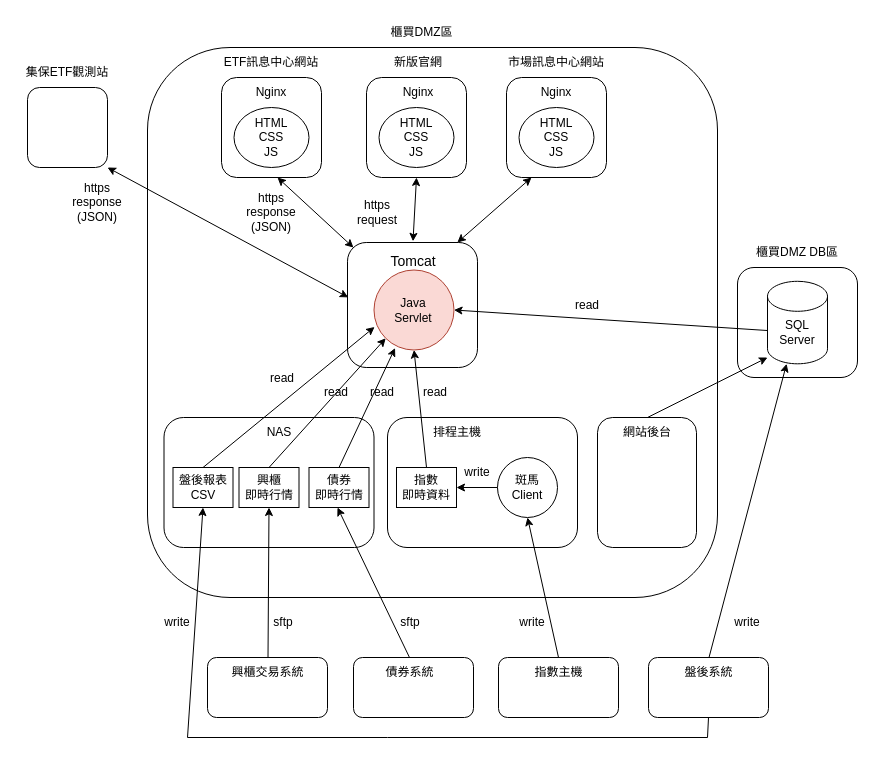
This is page "第 1 页" (1 of 4) of 期末報告/網站架構.drawio from shih33/java_atguigu, a draw.io file, before an edit. Source tidied: cells renumbered, new cells numbered last; positions are measured from the earlier drawing's top-left corner, leaving out a move shared by most shapes. Both pictures are drawn from the tidied source at 100%, with x=0, y=0 at pixel (17, 17).
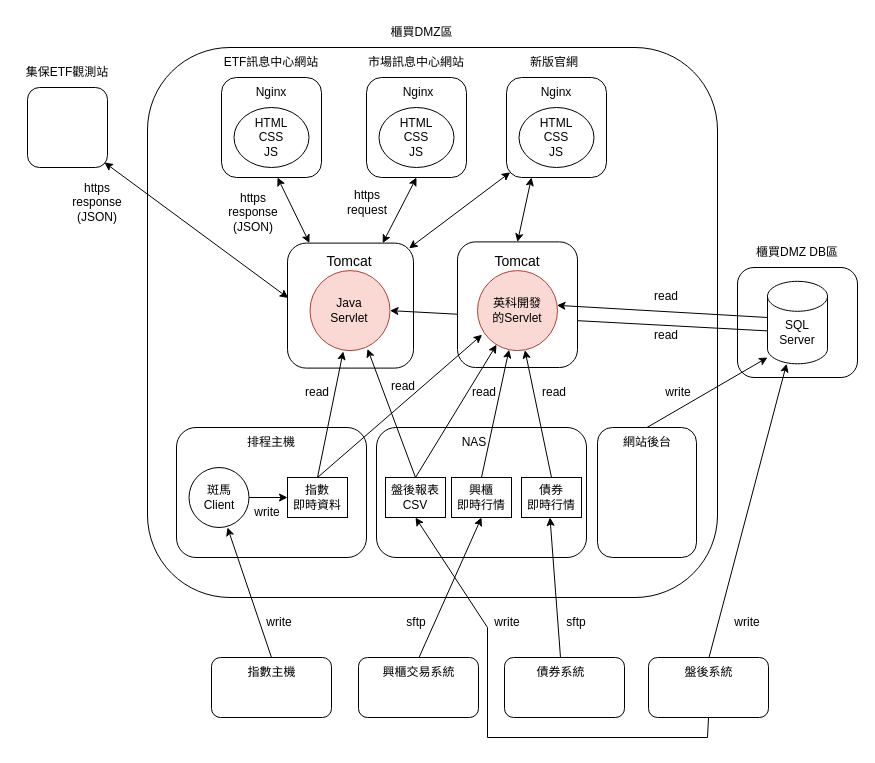
The same page after the edit.

Unchanged cells that the change refers to:
```xml
<mxCell id="5" style="rounded=1;whiteSpace=wrap;html=1;" parent="1" vertex="1">
  <mxGeometry x="349" y="60" width="100" height="100" as="geometry" />
</mxCell>
<mxCell id="6" style="rounded=1;whiteSpace=wrap;html=1;" parent="1" vertex="1">
  <mxGeometry x="489" y="60" width="100" height="100" as="geometry" />
</mxCell>
<mxCell id="22" style="rounded=1;whiteSpace=wrap;html=1;" parent="1" vertex="1">
  <mxGeometry x="10" y="70" width="80" height="80" as="geometry" />
</mxCell>
<mxCell id="28" value="SQL&lt;div&gt;Server&lt;/div&gt;" style="text;html=1;align=center;verticalAlign=middle;whiteSpace=wrap;rounded=0;" parent="1" vertex="1">
  <mxGeometry x="750" y="300" width="60" height="30" as="geometry" />
</mxCell>
<mxCell id="48" style="rounded=1;whiteSpace=wrap;html=1;" parent="1" vertex="1">
  <mxGeometry x="631" y="640" width="120" height="60" as="geometry" />
</mxCell>
```

The edit, as a diff of the source:
```diff
@@
+    <mxCell id="45" style="rounded=1;whiteSpace=wrap;html=1;" parent="1" vertex="1">
+      <mxGeometry x="341" y="640" width="120" height="60" as="geometry" />
+    </mxCell>
@@
     <mxCell id="7" value="新版官網" style="text;html=1;align=center;verticalAlign=middle;whiteSpace=wrap;rounded=0;" parent="1" vertex="1">
-      <mxGeometry x="363" y="30" width="76" height="30" as="geometry" />
+      <mxGeometry x="499" y="30" width="76" height="30" as="geometry" />
     </mxCell>
     <mxCell id="8" value="市場訊息中心網站" style="text;html=1;align=center;verticalAlign=middle;whiteSpace=wrap;rounded=0;" parent="1" vertex="1">
-      <mxGeometry x="485" y="30" width="108" height="30" as="geometry" />
+      <mxGeometry x="345" y="30" width="108" height="30" as="geometry" />
     </mxCell>
@@
     <mxCell id="18" style="rounded=1;whiteSpace=wrap;html=1;" parent="1" vertex="1">
-      <mxGeometry x="330" y="225" width="130" height="125" as="geometry" />
+      <mxGeometry x="270" y="225.6" width="126" height="125" as="geometry" />
     </mxCell>
     <mxCell id="19" value="&lt;font style=&quot;font-size: 14px;&quot;&gt;Tomcat&lt;/font&gt;" style="text;html=1;align=center;verticalAlign=middle;whiteSpace=wrap;rounded=0;" parent="1" vertex="1">
-      <mxGeometry x="361.5" y="223.8" width="68" height="40" as="geometry" />
+      <mxGeometry x="297.5" y="224.4" width="68" height="40" as="geometry" />
     </mxCell>
     <mxCell id="20" style="ellipse;whiteSpace=wrap;html=1;fillColor=#fad9d5;strokeColor=#ae4132;" parent="1" vertex="1">
-      <mxGeometry x="356.5" y="252.5" width="80" height="80" as="geometry" />
+      <mxGeometry x="292.5" y="253.1" width="80" height="80" as="geometry" />
     </mxCell>
     <mxCell id="21" value="Java&lt;div&gt;Servlet&lt;/div&gt;" style="text;html=1;align=center;verticalAlign=middle;whiteSpace=wrap;rounded=0;" parent="1" vertex="1">
-      <mxGeometry x="365.5" y="277.5" width="60" height="30" as="geometry" />
+      <mxGeometry x="301.5" y="278.1" width="60" height="30" as="geometry" />
     </mxCell>
@@
     <mxCell id="29" style="rounded=1;whiteSpace=wrap;html=1;" parent="1" vertex="1">
-      <mxGeometry x="146.5" y="400" width="210" height="130" as="geometry" />
+      <mxGeometry x="359" y="410" width="210" height="130" as="geometry" />
     </mxCell>
     <mxCell id="30" style="rounded=1;whiteSpace=wrap;html=1;" parent="1" vertex="1">
-      <mxGeometry x="370" y="400" width="190" height="130" as="geometry" />
+      <mxGeometry x="159" y="410" width="190" height="130" as="geometry" />
     </mxCell>
     <mxCell id="31" style="rounded=1;whiteSpace=wrap;html=1;" parent="1" vertex="1">
-      <mxGeometry x="580" y="400" width="99" height="130" as="geometry" />
+      <mxGeometry x="580" y="410" width="99" height="130" as="geometry" />
     </mxCell>
     <mxCell id="32" value="NAS" style="text;html=1;align=center;verticalAlign=middle;whiteSpace=wrap;rounded=0;" parent="1" vertex="1">
-      <mxGeometry x="231.5" y="400" width="60" height="30" as="geometry" />
+      <mxGeometry x="427" y="410" width="60" height="30" as="geometry" />
     </mxCell>
     <mxCell id="33" value="排程主機" style="text;html=1;align=center;verticalAlign=middle;whiteSpace=wrap;rounded=0;" parent="1" vertex="1">
-      <mxGeometry x="410" y="400" width="60" height="30" as="geometry" />
+      <mxGeometry x="224" y="410" width="60" height="30" as="geometry" />
     </mxCell>
     <mxCell id="34" value="網站後台" style="text;html=1;align=center;verticalAlign=middle;whiteSpace=wrap;rounded=0;" parent="1" vertex="1">
-      <mxGeometry x="600" y="400" width="60" height="30" as="geometry" />
+      <mxGeometry x="599.5" y="410" width="60" height="30" as="geometry" />
     </mxCell>
     <mxCell id="35" style="rounded=0;whiteSpace=wrap;html=1;" parent="1" vertex="1">
-      <mxGeometry x="155.5" y="450" width="60" height="40" as="geometry" />
+      <mxGeometry x="368" y="460" width="60" height="40" as="geometry" />
     </mxCell>
     <mxCell id="36" style="rounded=0;whiteSpace=wrap;html=1;" parent="1" vertex="1">
-      <mxGeometry x="221.5" y="450" width="60" height="40" as="geometry" />
+      <mxGeometry x="434" y="460" width="60" height="40" as="geometry" />
     </mxCell>
     <mxCell id="37" style="rounded=0;whiteSpace=wrap;html=1;" parent="1" vertex="1">
-      <mxGeometry x="291.5" y="450" width="60" height="40" as="geometry" />
+      <mxGeometry x="504" y="460" width="60" height="40" as="geometry" />
     </mxCell>
     <mxCell id="38" value="盤後報表&lt;div&gt;CSV&lt;/div&gt;" style="text;html=1;align=center;verticalAlign=middle;whiteSpace=wrap;rounded=0;" parent="1" vertex="1">
-      <mxGeometry x="155.5" y="455" width="60" height="30" as="geometry" />
+      <mxGeometry x="368" y="465" width="60" height="30" as="geometry" />
     </mxCell>
     <mxCell id="39" value="興櫃&lt;div&gt;即時行情&lt;/div&gt;" style="text;html=1;align=center;verticalAlign=middle;whiteSpace=wrap;rounded=0;" parent="1" vertex="1">
-      <mxGeometry x="221.5" y="455" width="60" height="30" as="geometry" />
+      <mxGeometry x="434" y="465" width="60" height="30" as="geometry" />
     </mxCell>
     <mxCell id="40" value="債券&lt;div&gt;即時行情&lt;/div&gt;" style="text;html=1;align=center;verticalAlign=middle;whiteSpace=wrap;rounded=0;" parent="1" vertex="1">
-      <mxGeometry x="291.5" y="455" width="60" height="30" as="geometry" />
+      <mxGeometry x="504" y="465" width="60" height="30" as="geometry" />
     </mxCell>
     <mxCell id="41" style="rounded=0;whiteSpace=wrap;html=1;" parent="1" vertex="1">
-      <mxGeometry x="379" y="450" width="60" height="40" as="geometry" />
+      <mxGeometry x="270" y="460" width="60" height="40" as="geometry" />
     </mxCell>
     <mxCell id="42" style="ellipse;whiteSpace=wrap;html=1;" parent="1" vertex="1">
-      <mxGeometry x="480" y="440" width="60" height="60" as="geometry" />
+      <mxGeometry x="171.5" y="450" width="60" height="60" as="geometry" />
     </mxCell>
     <mxCell id="43" value="指數&lt;div&gt;即時資料&lt;/div&gt;" style="text;html=1;align=center;verticalAlign=middle;whiteSpace=wrap;rounded=0;" parent="1" vertex="1">
-      <mxGeometry x="379" y="455" width="60" height="30" as="geometry" />
+      <mxGeometry x="270" y="465" width="60" height="30" as="geometry" />
     </mxCell>
     <mxCell id="44" value="斑馬&lt;div&gt;Client&lt;/div&gt;" style="text;html=1;align=center;verticalAlign=middle;whiteSpace=wrap;rounded=0;" parent="1" vertex="1">
-      <mxGeometry x="480" y="455" width="60" height="30" as="geometry" />
+      <mxGeometry x="171.5" y="465" width="60" height="30" as="geometry" />
     </mxCell>
-    <mxCell id="45" style="rounded=1;whiteSpace=wrap;html=1;" parent="1" vertex="1">
-      <mxGeometry x="190" y="640" width="120" height="60" as="geometry" />
-    </mxCell>
     <mxCell id="46" style="rounded=1;whiteSpace=wrap;html=1;" parent="1" vertex="1">
-      <mxGeometry x="336" y="640" width="120" height="60" as="geometry" />
+      <mxGeometry x="487" y="640" width="120" height="60" as="geometry" />
     </mxCell>
     <mxCell id="47" style="rounded=1;whiteSpace=wrap;html=1;" parent="1" vertex="1">
-      <mxGeometry x="481" y="640" width="120" height="60" as="geometry" />
+      <mxGeometry x="194" y="640" width="120" height="60" as="geometry" />
     </mxCell>
@@
+    <mxCell id="50" value="債券系統" style="text;html=1;align=center;verticalAlign=middle;whiteSpace=wrap;rounded=0;" parent="1" vertex="1">
+      <mxGeometry x="497.5" y="640" width="91" height="30" as="geometry" />
+    </mxCell>
     <mxCell id="49" value="興櫃交易系統" style="text;html=1;align=center;verticalAlign=middle;whiteSpace=wrap;rounded=0;" parent="1" vertex="1">
-      <mxGeometry x="205" y="640" width="91" height="30" as="geometry" />
+      <mxGeometry x="356" y="640" width="91" height="30" as="geometry" />
     </mxCell>
-    <mxCell id="50" value="債券系統" style="text;html=1;align=center;verticalAlign=middle;whiteSpace=wrap;rounded=0;" parent="1" vertex="1">
-      <mxGeometry x="346.5" y="640" width="91" height="30" as="geometry" />
-    </mxCell>
     <mxCell id="51" value="指數主機" style="text;html=1;align=center;verticalAlign=middle;whiteSpace=wrap;rounded=0;" parent="1" vertex="1">
-      <mxGeometry x="495.5" y="640" width="91" height="30" as="geometry" />
+      <mxGeometry x="208.5" y="640" width="91" height="30" as="geometry" />
     </mxCell>
@@
-    <mxCell id="53" style="endArrow=classic;startArrow=classic;html=1;rounded=0;exitX=0.5;exitY=0;exitDx=0;exitDy=0;entryX=0.5;entryY=1;entryDx=0;entryDy=0;" parent="1" edge="1" source="19" target="5">
+    <mxCell id="53" style="endArrow=classic;startArrow=classic;html=1;rounded=0;entryX=0.5;entryY=1;entryDx=0;entryDy=0;" parent="1" edge="1" source="18" target="5">
       <mxGeometry relative="1" as="geometry" />
     </mxCell>
-    <mxCell id="54" style="endArrow=classic;startArrow=classic;html=1;rounded=0;exitX=0.046;exitY=0.041;exitDx=0;exitDy=0;exitPerimeter=0;" parent="1" edge="1" source="18">
+    <mxCell id="54" style="endArrow=classic;startArrow=classic;html=1;rounded=0;exitX=0.174;exitY=-0.001;exitDx=0;exitDy=0;exitPerimeter=0;" parent="1" edge="1" source="18">
       <mxGeometry relative="1" as="geometry">
         <mxPoint x="260" y="160" as="targetPoint" />
       </mxGeometry>
     </mxCell>
-    <mxCell id="55" style="endArrow=classic;startArrow=classic;html=1;rounded=0;entryX=0.25;entryY=1;entryDx=0;entryDy=0;exitX=0.845;exitY=0;exitDx=0;exitDy=0;exitPerimeter=0;" parent="1" edge="1" source="18" target="6">
+    <mxCell id="55" style="endArrow=classic;startArrow=classic;html=1;rounded=0;entryX=0.25;entryY=1;entryDx=0;entryDy=0;exitX=0.5;exitY=0;exitDx=0;exitDy=0;" parent="1" edge="1" source="83" target="6">
       <mxGeometry relative="1" as="geometry" />
     </mxCell>
-    <mxCell id="56" style="endArrow=classic;startArrow=classic;html=1;rounded=0;entryX=0.006;entryY=0.439;entryDx=0;entryDy=0;entryPerimeter=0;exitX=1;exitY=1;exitDx=0;exitDy=0;" parent="1" edge="1" source="22" target="18">
+    <mxCell id="56" style="endArrow=classic;startArrow=classic;html=1;rounded=0;entryX=0.006;entryY=0.439;entryDx=0;entryDy=0;entryPerimeter=0;exitX=0.962;exitY=0.937;exitDx=0;exitDy=0;exitPerimeter=0;" parent="1" edge="1" source="22" target="18">
       <mxGeometry relative="1" as="geometry" />
     </mxCell>
-    <mxCell id="57" style="endArrow=classic;html=1;rounded=0;entryX=0.007;entryY=0.712;entryDx=0;entryDy=0;entryPerimeter=0;exitX=0.5;exitY=0;exitDx=0;exitDy=0;" parent="1" edge="1" source="35" target="20">
+    <mxCell id="57" style="endArrow=classic;html=1;rounded=0;entryX=0.719;entryY=0.978;entryDx=0;entryDy=0;entryPerimeter=0;exitX=0.5;exitY=0;exitDx=0;exitDy=0;" parent="1" edge="1" source="35" target="20">
       <mxGeometry relative="1" as="geometry" />
     </mxCell>
-    <mxCell id="58" style="endArrow=classic;html=1;rounded=0;exitX=0.5;exitY=0;exitDx=0;exitDy=0;entryX=0;entryY=1;entryDx=0;entryDy=0;" parent="1" edge="1" source="36" target="20">
-      <mxGeometry relative="1" as="geometry" />
-    </mxCell>
-    <mxCell id="59" style="endArrow=classic;html=1;rounded=0;exitX=0.5;exitY=0;exitDx=0;exitDy=0;entryX=0.263;entryY=0.976;entryDx=0;entryDy=0;entryPerimeter=0;" parent="1" edge="1" source="37" target="20">
-      <mxGeometry relative="1" as="geometry" />
-    </mxCell>
-    <mxCell id="60" style="endArrow=classic;html=1;rounded=0;exitX=0.5;exitY=0;exitDx=0;exitDy=0;entryX=0.5;entryY=1;entryDx=0;entryDy=0;" parent="1" edge="1" source="41" target="20">
+    <mxCell id="60" style="endArrow=classic;html=1;rounded=0;exitX=0.5;exitY=0;exitDx=0;exitDy=0;entryX=0.415;entryY=1.01;entryDx=0;entryDy=0;entryPerimeter=0;" parent="1" edge="1" source="41" target="20">
       <mxGeometry relative="1" as="geometry" />
     </mxCell>
@@
-    <mxCell id="63" style="endArrow=classic;html=1;rounded=0;entryX=1;entryY=0.5;entryDx=0;entryDy=0;" parent="1" edge="1" source="44" target="43">
+    <mxCell id="63" style="endArrow=classic;html=1;rounded=0;entryX=0;entryY=0.5;entryDx=0;entryDy=0;" parent="1" edge="1" source="44" target="43">
       <mxGeometry relative="1" as="geometry" />
     </mxCell>
@@
-    <mxCell id="66" style="endArrow=classic;html=1;rounded=0;exitX=0.5;exitY=0;exitDx=0;exitDy=0;entryX=0.5;entryY=1;entryDx=0;entryDy=0;" parent="1" edge="1" source="51" target="42">
-      <mxGeometry relative="1" as="geometry" />
+    <mxCell id="66" style="endArrow=classic;html=1;rounded=0;exitX=0.5;exitY=0;exitDx=0;exitDy=0;" parent="1" edge="1" source="51">
+      <mxGeometry relative="1" as="geometry">
+        <mxPoint x="210" y="510" as="targetPoint" />
+      </mxGeometry>
     </mxCell>
@@
     <mxCell id="68" style="endArrow=classic;html=1;rounded=0;exitX=0.5;exitY=1;exitDx=0;exitDy=0;entryX=0.5;entryY=1;entryDx=0;entryDy=0;" parent="1" edge="1" source="48" target="35">
       <mxGeometry relative="1" as="geometry">
         <Array as="points">
           <mxPoint x="690" y="720" />
-          <mxPoint x="370" y="720" />
-          <mxPoint x="170" y="720" />
+          <mxPoint x="470" y="720" />
+          <mxPoint x="470" y="610" />
         </Array>
       </mxGeometry>
     </mxCell>
     <mxCell id="69" value="https&lt;div&gt;request&lt;/div&gt;" style="text;html=1;align=center;verticalAlign=middle;whiteSpace=wrap;rounded=0;" parent="1" vertex="1">
-      <mxGeometry x="330" y="180" width="60" height="30" as="geometry" />
+      <mxGeometry x="320" y="170" width="60" height="30" as="geometry" />
     </mxCell>
     <mxCell id="70" value="https&lt;div&gt;response&lt;/div&gt;&lt;div&gt;(JSON)&lt;/div&gt;" style="text;html=1;align=center;verticalAlign=middle;whiteSpace=wrap;rounded=0;" parent="1" vertex="1">
-      <mxGeometry x="224" y="170" width="60" height="50" as="geometry" />
+      <mxGeometry x="206" y="170" width="60" height="50" as="geometry" />
     </mxCell>
@@
     <mxCell id="72" value="read" style="text;html=1;align=center;verticalAlign=middle;whiteSpace=wrap;rounded=0;" parent="1" vertex="1">
-      <mxGeometry x="540" y="272.5" width="60" height="30" as="geometry" />
+      <mxGeometry x="619" y="303.1" width="60" height="30" as="geometry" />
     </mxCell>
     <mxCell id="73" value="read" style="text;html=1;align=center;verticalAlign=middle;whiteSpace=wrap;rounded=0;" parent="1" vertex="1">
-      <mxGeometry x="235" y="346.2" width="60" height="30" as="geometry" />
+      <mxGeometry x="270" y="360" width="60" height="30" as="geometry" />
     </mxCell>
-    <mxCell id="74" value="read" style="text;html=1;align=center;verticalAlign=middle;whiteSpace=wrap;rounded=0;" parent="1" vertex="1">
-      <mxGeometry x="289" y="360" width="60" height="30" as="geometry" />
-    </mxCell>
     <mxCell id="75" value="read" style="text;html=1;align=center;verticalAlign=middle;whiteSpace=wrap;rounded=0;" parent="1" vertex="1">
-      <mxGeometry x="387.5" y="360" width="60" height="30" as="geometry" />
+      <mxGeometry x="507" y="360" width="60" height="30" as="geometry" />
     </mxCell>
     <mxCell id="76" value="read" style="text;html=1;align=center;verticalAlign=middle;whiteSpace=wrap;rounded=0;" parent="1" vertex="1">
-      <mxGeometry x="335" y="360" width="60" height="30" as="geometry" />
+      <mxGeometry x="356" y="354" width="60" height="30" as="geometry" />
     </mxCell>
     <mxCell id="77" value="writ&lt;span style=&quot;background-color: initial;&quot;&gt;e&lt;/span&gt;" style="text;html=1;align=center;verticalAlign=middle;whiteSpace=wrap;rounded=0;" parent="1" vertex="1">
-      <mxGeometry x="429.5" y="440" width="60" height="30" as="geometry" />
+      <mxGeometry x="219.5" y="480" width="60" height="30" as="geometry" />
     </mxCell>
     <mxCell id="78" value="writ&lt;span style=&quot;background-color: initial;&quot;&gt;e&lt;/span&gt;" style="text;html=1;align=center;verticalAlign=middle;whiteSpace=wrap;rounded=0;" parent="1" vertex="1">
-      <mxGeometry x="130" y="590" width="60" height="30" as="geometry" />
+      <mxGeometry x="460" y="590" width="60" height="30" as="geometry" />
     </mxCell>
     <mxCell id="79" value="writ&lt;span style=&quot;background-color: initial;&quot;&gt;e&lt;/span&gt;" style="text;html=1;align=center;verticalAlign=middle;whiteSpace=wrap;rounded=0;" parent="1" vertex="1">
-      <mxGeometry x="485" y="590" width="60" height="30" as="geometry" />
+      <mxGeometry x="231.5" y="590" width="60" height="30" as="geometry" />
     </mxCell>
@@
     <mxCell id="81" value="sftp" style="text;html=1;align=center;verticalAlign=middle;whiteSpace=wrap;rounded=0;" parent="1" vertex="1">
-      <mxGeometry x="236" y="590" width="60" height="30" as="geometry" />
+      <mxGeometry x="529" y="590" width="60" height="30" as="geometry" />
     </mxCell>
     <mxCell id="82" value="sftp" style="text;html=1;align=center;verticalAlign=middle;whiteSpace=wrap;rounded=0;" parent="1" vertex="1">
-      <mxGeometry x="363" y="590" width="60" height="30" as="geometry" />
+      <mxGeometry x="369" y="590" width="60" height="30" as="geometry" />
     </mxCell>
+    <mxCell id="83" style="rounded=1;whiteSpace=wrap;html=1;" parent="1" vertex="1">
+      <mxGeometry x="440" y="224.4" width="120" height="125.6" as="geometry" />
+    </mxCell>
+    <mxCell id="84" value="&lt;font style=&quot;font-size: 14px;&quot;&gt;Tomcat&lt;/font&gt;" style="text;html=1;align=center;verticalAlign=middle;whiteSpace=wrap;rounded=0;" parent="1" vertex="1">
+      <mxGeometry x="470" y="229.4" width="60" height="30" as="geometry" />
+    </mxCell>
+    <mxCell id="85" style="ellipse;whiteSpace=wrap;html=1;fillColor=#fad9d5;strokeColor=#ae4132;" parent="1" vertex="1">
+      <mxGeometry x="460" y="253.1" width="80" height="80" as="geometry" />
+    </mxCell>
+    <mxCell id="86" style="endArrow=classic;html=1;rounded=0;entryX=0.057;entryY=0.802;entryDx=0;entryDy=0;entryPerimeter=0;exitX=0.5;exitY=0;exitDx=0;exitDy=0;" parent="1" edge="1" source="41" target="85">
+      <mxGeometry relative="1" as="geometry" />
+    </mxCell>
+    <mxCell id="87" value="英科開發的Servlet" style="text;html=1;align=center;verticalAlign=middle;whiteSpace=wrap;rounded=0;" parent="1" vertex="1">
+      <mxGeometry x="470" y="278.1" width="60" height="30" as="geometry" />
+    </mxCell>
+    <mxCell id="59" style="endArrow=classic;html=1;rounded=0;exitX=0.5;exitY=0;exitDx=0;exitDy=0;entryX=0.593;entryY=0.994;entryDx=0;entryDy=0;entryPerimeter=0;" parent="1" edge="1" source="37" target="85">
+      <mxGeometry relative="1" as="geometry" />
+    </mxCell>
+    <mxCell id="58" style="endArrow=classic;html=1;rounded=0;exitX=0.5;exitY=0;exitDx=0;exitDy=0;" parent="1" edge="1" source="36" target="85">
+      <mxGeometry relative="1" as="geometry" />
+    </mxCell>
+    <mxCell id="88" style="endArrow=classic;html=1;rounded=0;exitX=0;exitY=0;exitDx=0;exitDy=0;entryX=0.993;entryY=0.434;entryDx=0;entryDy=0;entryPerimeter=0;" parent="1" edge="1" source="28" target="85">
+      <mxGeometry relative="1" as="geometry" />
+    </mxCell>
+    <mxCell id="89" value="read" style="text;html=1;align=center;verticalAlign=middle;whiteSpace=wrap;rounded=0;" parent="1" vertex="1">
+      <mxGeometry x="436.5" y="360" width="60" height="30" as="geometry" />
+    </mxCell>
+    <mxCell id="90" value="writ&lt;span style=&quot;background-color: initial;&quot;&gt;e&lt;/span&gt;" style="text;html=1;align=center;verticalAlign=middle;whiteSpace=wrap;rounded=0;" parent="1" vertex="1">
+      <mxGeometry x="631" y="360" width="60" height="30" as="geometry" />
+    </mxCell>
+    <mxCell id="91" value="read" style="text;html=1;align=center;verticalAlign=middle;whiteSpace=wrap;rounded=0;" parent="1" vertex="1">
+      <mxGeometry x="619" y="264.4" width="60" height="30" as="geometry" />
+    </mxCell>
+    <mxCell id="92" style="endArrow=classic;html=1;rounded=0;exitX=0.5;exitY=0;exitDx=0;exitDy=0;" parent="1" edge="1" source="35" target="85">
+      <mxGeometry relative="1" as="geometry" />
+    </mxCell>
+    <mxCell id="93" style="endArrow=classic;startArrow=classic;html=1;rounded=0;exitX=0.965;exitY=0.042;exitDx=0;exitDy=0;exitPerimeter=0;entryX=0.037;entryY=0.948;entryDx=0;entryDy=0;entryPerimeter=0;" parent="1" edge="1" source="18" target="6">
+      <mxGeometry relative="1" as="geometry" />
+    </mxCell>
```
